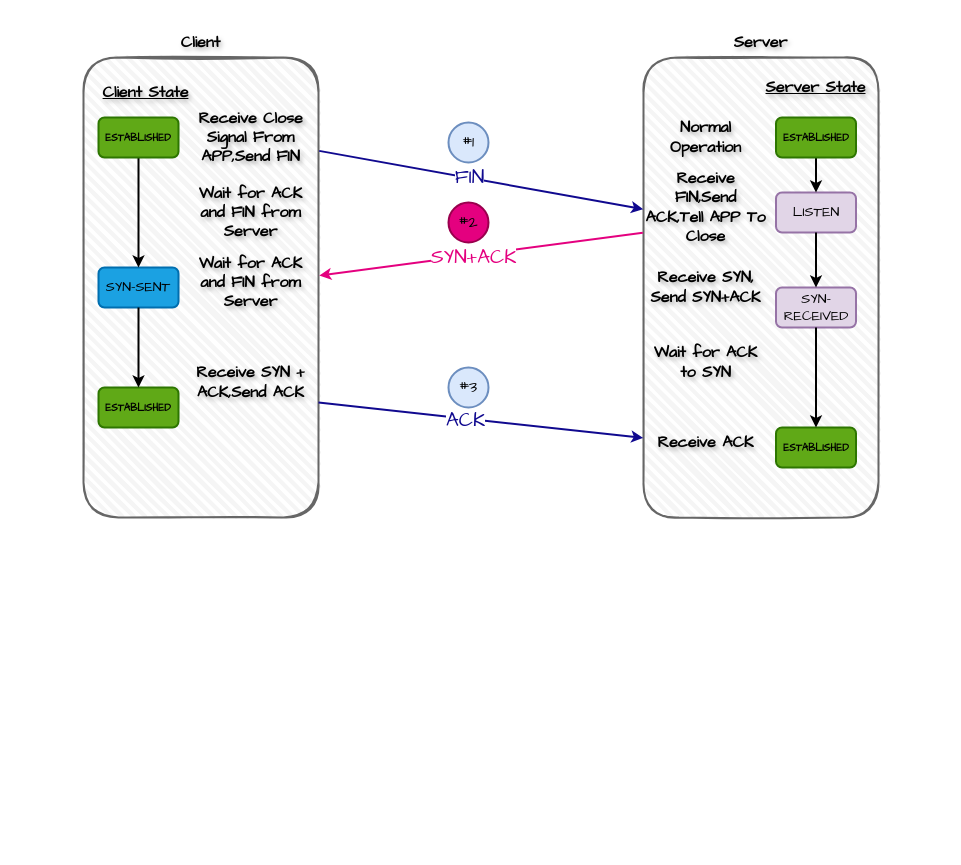
LuoSue/sscdn keeps this draw.io diagram as page "Page-5" (5 of 7) of TCP.drawio. Above is the earlier version. Source tidied: cells renumbered, new cells numbered last; positions are measured from the earlier drawing's top-left corner, leaving out a move shared by most shapes. Both pictures are drawn from the tidied source at 100%, with x=0, y=0 at pixel (83, 17).
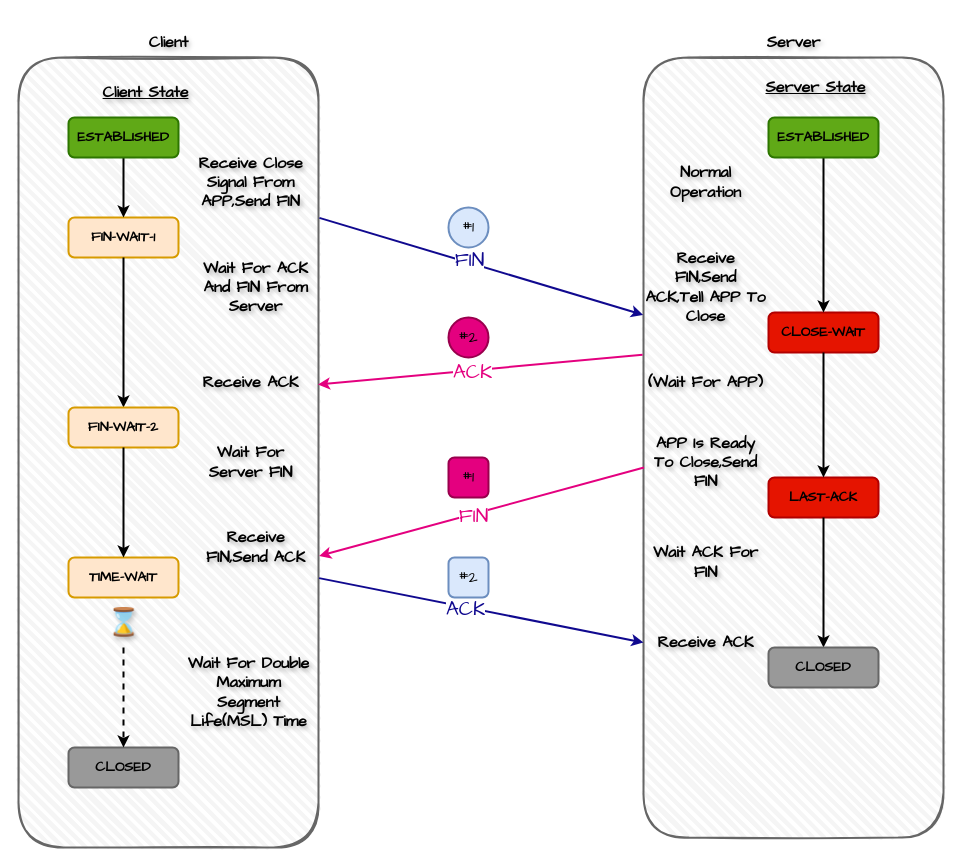
After the change.

Diff of the diagram source:
```diff
@@
     <mxCell id="2" value="&lt;font face=&quot;Comic Sans MS&quot; style=&quot;font-size: 16px;&quot;&gt;&lt;b&gt;Client&lt;/b&gt;&lt;/font&gt;" style="text;html=1;align=center;verticalAlign=middle;whiteSpace=wrap;rounded=0;fontSize=16;textShadow=1;fontFamily=HarmonyOS Sans;" parent="1" vertex="1">
-      <mxGeometry x="55" width="125" height="50" as="geometry" />
+      <mxGeometry x="22.5" width="125" height="50" as="geometry" />
     </mxCell>
     <mxCell id="3" value="&lt;font face=&quot;Comic Sans MS&quot; style=&quot;font-size: 16px;&quot;&gt;&lt;b&gt;Server&lt;/b&gt;&lt;/font&gt;" style="text;html=1;align=center;verticalAlign=middle;whiteSpace=wrap;rounded=0;fontSize=16;textShadow=1;fontFamily=HarmonyOS Sans;" parent="1" vertex="1">
-      <mxGeometry x="615" width="125" height="50" as="geometry" />
+      <mxGeometry x="647.5" width="125" height="50" as="geometry" />
     </mxCell>
     <mxCell id="4" style="rounded=1;whiteSpace=wrap;html=1;strokeWidth=2;fillWeight=4;hachureGap=8;hachureAngle=45;fillColor=#f5f5f5;sketch=1;strokeColor=#666666;fontColor=#333333;" parent="1" vertex="1">
-      <mxGeometry y="40" width="235" height="460" as="geometry" />
+      <mxGeometry x="-65" y="40" width="300" height="790" as="geometry" />
     </mxCell>
     <mxCell id="5" style="rounded=1;whiteSpace=wrap;html=1;strokeWidth=2;fillWeight=4;hachureGap=8;hachureAngle=45;fillColor=#f5f5f5;sketch=1;strokeColor=#666666;fontColor=#333333;" parent="1" vertex="1">
-      <mxGeometry x="560" y="40" width="235" height="460" as="geometry" />
+      <mxGeometry x="560" y="40" width="300" height="780" as="geometry" />
     </mxCell>
@@
-    <mxCell id="8" style="endArrow=classic;html=1;rounded=0;strokeWidth=2;exitX=-0.003;exitY=0.381;exitDx=0;exitDy=0;exitPerimeter=0;entryX=1.003;entryY=0.474;entryDx=0;entryDy=0;entryPerimeter=0;fillColor=#d80073;strokeColor=#E4007F;" parent="1" edge="1" source="5" target="4">
+    <mxCell id="8" style="endArrow=classic;html=1;rounded=0;strokeWidth=2;exitX=-0.003;exitY=0.381;exitDx=0;exitDy=0;exitPerimeter=0;entryX=0.998;entryY=0.414;entryDx=0;entryDy=0;fillColor=#d80073;strokeColor=#E4007F;entryPerimeter=0;" parent="1" edge="1" source="5" target="4">
       <mxGeometry relative="1" as="geometry" />
     </mxCell>
-    <mxCell id="9" value="&lt;font color=&quot;#e4007f&quot; face=&quot;Comic Sans MS&quot; style=&quot;font-size: 20px;&quot;&gt;SYN+ACK&lt;/font&gt;" style="edgeLabel;html=1;align=center;verticalAlign=middle;" parent="8" vertex="1">
+    <mxCell id="9" value="&lt;font color=&quot;#e4007f&quot; face=&quot;Comic Sans MS&quot; style=&quot;font-size: 20px;&quot;&gt;ACK&lt;/font&gt;" style="edgeLabel;html=1;align=center;verticalAlign=middle;" parent="8" vertex="1">
       <mxGeometry x="0.05" y="1" relative="1" as="geometry" />
     </mxCell>
-    <mxCell id="10" style="endArrow=classic;html=1;rounded=0;strokeWidth=2;exitX=1;exitY=0.75;exitDx=0;exitDy=0;entryX=-0.001;entryY=0.827;entryDx=0;entryDy=0;entryPerimeter=0;fillColor=#0050ef;strokeColor=#10098F;" parent="1" edge="1" source="4" target="5">
+    <mxCell id="10" style="endArrow=classic;html=1;rounded=0;strokeWidth=2;exitX=1.002;exitY=0.659;exitDx=0;exitDy=0;entryX=0;entryY=0.75;entryDx=0;entryDy=0;fillColor=#0050ef;strokeColor=#10098F;exitPerimeter=0;" parent="1" edge="1" source="4" target="5">
       <mxGeometry relative="1" as="geometry" />
     </mxCell>
@@
     <mxCell id="12" value="&lt;font style=&quot;font-size: 16px;&quot;&gt;&lt;b&gt;Receive Close Signal From APP,Send FIN&lt;/b&gt;&lt;/font&gt;" style="text;html=1;align=center;verticalAlign=middle;whiteSpace=wrap;rounded=0;fontSize=16;textShadow=1;fontFamily=Comic Sans MS;" parent="1" vertex="1">
-      <mxGeometry x="105" y="95" width="125" height="50" as="geometry" />
+      <mxGeometry x="105" y="140" width="125" height="50" as="geometry" />
     </mxCell>
@@
-    <mxCell id="14" value="&lt;font style=&quot;font-size: 16px;&quot;&gt;&lt;b&gt;Wait for ACK and FIN from Server&lt;/b&gt;&lt;/font&gt;" style="text;html=1;align=center;verticalAlign=middle;whiteSpace=wrap;rounded=0;fontSize=16;textShadow=1;fontFamily=Comic Sans MS;" parent="1" vertex="1">
-      <mxGeometry x="105" y="170" width="125" height="50" as="geometry" />
+    <mxCell id="14" value="&lt;font style=&quot;font-size: 16px;&quot;&gt;&lt;b&gt;Wait For ACK And FIN From Server&lt;/b&gt;&lt;/font&gt;" style="text;html=1;align=center;verticalAlign=middle;whiteSpace=wrap;rounded=0;fontSize=16;textShadow=1;fontFamily=Comic Sans MS;" parent="1" vertex="1">
+      <mxGeometry x="110" y="245" width="125" height="50" as="geometry" />
     </mxCell>
     <mxCell id="15" value="#1" style="ellipse;whiteSpace=wrap;html=1;strokeWidth=2;fillWeight=2;hachureGap=8;fillColor=#dae8fc;fillStyle=solid;strokeColor=#6c8ebf;fontFamily=Comic Sans MS;fontSize=16;" parent="1" vertex="1">
-      <mxGeometry x="365" y="105" width="40" height="40" as="geometry" />
+      <mxGeometry x="365" y="190" width="40" height="40" as="geometry" />
     </mxCell>
-    <mxCell id="16" value="&lt;font style=&quot;font-size: 14px;&quot; face=&quot;Comic Sans MS&quot; color=&quot;#000000&quot;&gt;SYN-SENT&lt;/font&gt;" style="rounded=1;whiteSpace=wrap;html=1;strokeWidth=2;fillWeight=4;hachureGap=8;hachureAngle=45;fillColor=#1ba1e2;strokeColor=#006EAF;fontColor=#ffffff;" parent="1" vertex="1">
-      <mxGeometry x="15" y="250" width="80" height="40" as="geometry" />
+    <mxCell id="16" value="&lt;font size=&quot;1&quot; style=&quot;&quot; face=&quot;Comic Sans MS&quot; color=&quot;#000000&quot;&gt;&lt;b style=&quot;font-size: 14px;&quot;&gt;FIN-WAIT-1&lt;/b&gt;&lt;/font&gt;" style="rounded=1;whiteSpace=wrap;html=1;strokeWidth=2;fillWeight=4;hachureGap=8;hachureAngle=45;fillColor=#ffe6cc;strokeColor=#d79b00;" parent="1" vertex="1">
+      <mxGeometry x="-15" y="200" width="110" height="40" as="geometry" />
     </mxCell>
@@
-    <mxCell id="18" value="&lt;font size=&quot;1&quot; style=&quot;&quot; face=&quot;Comic Sans MS&quot; color=&quot;#000000&quot;&gt;&lt;b style=&quot;font-size: 10px;&quot;&gt;ESTABLISHED&lt;/b&gt;&lt;/font&gt;" style="rounded=1;whiteSpace=wrap;html=1;strokeWidth=2;fillWeight=4;hachureGap=8;hachureAngle=45;fillColor=#60a917;strokeColor=#2D7600;fontColor=#ffffff;" parent="1" vertex="1">
-      <mxGeometry x="15" y="370" width="80" height="40" as="geometry" />
-    </mxCell>
-    <mxCell id="19" style="endArrow=classic;html=1;rounded=0;strokeWidth=2;exitX=0.5;exitY=1;exitDx=0;exitDy=0;entryX=0.5;entryY=0;entryDx=0;entryDy=0;" parent="1" edge="1" source="16" target="18">
+    <mxCell id="19" style="endArrow=classic;html=1;rounded=0;strokeWidth=2;exitX=0.5;exitY=1;exitDx=0;exitDy=0;entryX=0.5;entryY=0;entryDx=0;entryDy=0;" parent="1" edge="1" source="16" target="38">
       <mxGeometry relative="1" as="geometry" />
     </mxCell>
-    <mxCell id="20" value="&lt;font style=&quot;font-size: 16px;&quot;&gt;&lt;b&gt;Receive SYN + ACK,Send ACK&lt;/b&gt;&lt;/font&gt;" style="text;html=1;align=center;verticalAlign=middle;whiteSpace=wrap;rounded=0;fontSize=16;textShadow=1;fontFamily=Comic Sans MS;" parent="1" vertex="1">
-      <mxGeometry x="105" y="340" width="125" height="50" as="geometry" />
+    <mxCell id="20" value="&lt;font style=&quot;font-size: 16px;&quot;&gt;&lt;b&gt;Wait For Server FIN&lt;/b&gt;&lt;/font&gt;" style="text;html=1;align=center;verticalAlign=middle;whiteSpace=wrap;rounded=0;fontSize=16;textShadow=1;fontFamily=Comic Sans MS;" parent="1" vertex="1">
+      <mxGeometry x="105" y="420" width="125" height="50" as="geometry" />
     </mxCell>
     <mxCell id="21" value="#2" style="ellipse;whiteSpace=wrap;html=1;strokeWidth=2;fillWeight=2;hachureGap=8;fillColor=#E4007F;fillStyle=solid;strokeColor=#99004D;fontFamily=Comic Sans MS;fontSize=16;" parent="1" vertex="1">
-      <mxGeometry x="365" y="185" width="40" height="40" as="geometry" />
+      <mxGeometry x="365" y="300" width="40" height="40" as="geometry" />
     </mxCell>
-    <mxCell id="22" value="#3" style="ellipse;whiteSpace=wrap;html=1;strokeWidth=2;fillWeight=2;hachureGap=8;fillColor=#dae8fc;fillStyle=solid;strokeColor=#6c8ebf;fontFamily=Comic Sans MS;fontSize=16;" parent="1" vertex="1">
-      <mxGeometry x="365" y="350" width="40" height="40" as="geometry" />
-    </mxCell>
@@
-    <mxCell id="24" value="&lt;font face=&quot;Comic Sans MS&quot;&gt;&lt;span style=&quot;font-size: 14px;&quot;&gt;LISTEN&lt;/span&gt;&lt;/font&gt;" style="rounded=1;whiteSpace=wrap;html=1;strokeWidth=2;fillWeight=4;hachureGap=8;hachureAngle=45;fillColor=#e1d5e7;strokeColor=#9673a6;" parent="1" vertex="1">
-      <mxGeometry x="692.5" y="175" width="80" height="40" as="geometry" />
+    <mxCell id="24" value="&lt;font color=&quot;#000000&quot; face=&quot;Comic Sans MS&quot;&gt;&lt;span style=&quot;font-size: 14px;&quot;&gt;&lt;b&gt;CLOSE-WAIT&lt;/b&gt;&lt;/span&gt;&lt;/font&gt;" style="rounded=1;whiteSpace=wrap;html=1;strokeWidth=2;fillWeight=4;hachureGap=8;hachureAngle=45;fillColor=#e51400;strokeColor=#B20000;fontColor=#ffffff;" parent="1" vertex="1">
+      <mxGeometry x="685" y="295" width="110" height="40" as="geometry" />
     </mxCell>
-    <mxCell id="25" value="&lt;font style=&quot;font-size: 14px;&quot; face=&quot;Comic Sans MS&quot;&gt;SYN-RECEIVED&lt;/font&gt;" style="rounded=1;whiteSpace=wrap;html=1;strokeWidth=2;fillWeight=4;hachureGap=8;hachureAngle=45;fillColor=#e1d5e7;strokeColor=#9673a6;" parent="1" vertex="1">
-      <mxGeometry x="692.5" y="270" width="80" height="40" as="geometry" />
+    <mxCell id="25" value="&lt;font color=&quot;#000000&quot; style=&quot;font-size: 14px;&quot; face=&quot;Comic Sans MS&quot;&gt;&lt;b&gt;LAST-ACK&lt;/b&gt;&lt;/font&gt;" style="rounded=1;whiteSpace=wrap;html=1;strokeWidth=2;fillWeight=4;hachureGap=8;hachureAngle=45;fillColor=#e51400;strokeColor=#B20000;fontColor=#ffffff;" parent="1" vertex="1">
+      <mxGeometry x="685" y="460" width="110" height="40" as="geometry" />
     </mxCell>
-    <mxCell id="26" value="&lt;font style=&quot;font-size: 10px;&quot; face=&quot;Comic Sans MS&quot; color=&quot;#000000&quot;&gt;&lt;b&gt;ESTABLISHED&lt;/b&gt;&lt;/font&gt;" style="rounded=1;whiteSpace=wrap;html=1;strokeWidth=2;fillWeight=4;hachureGap=8;hachureAngle=45;fillColor=#60a917;strokeColor=#2D7600;fontColor=#ffffff;" parent="1" vertex="1">
-      <mxGeometry x="692.5" y="410" width="80" height="40" as="geometry" />
-    </mxCell>
     <mxCell id="27" value="&lt;font style=&quot;font-size: 16px;&quot;&gt;&lt;b&gt;Normal Operation&lt;/b&gt;&lt;/font&gt;" style="text;html=1;align=center;verticalAlign=middle;whiteSpace=wrap;rounded=0;fontSize=16;textShadow=1;fontFamily=Comic Sans MS;" parent="1" vertex="1">
-      <mxGeometry x="560" y="95" width="125" height="50" as="geometry" />
+      <mxGeometry x="560" y="140" width="125" height="50" as="geometry" />
     </mxCell>
@@
-    <mxCell id="30" style="endArrow=classic;html=1;rounded=0;strokeWidth=2;exitX=0.5;exitY=1;exitDx=0;exitDy=0;entryX=0.5;entryY=0;entryDx=0;entryDy=0;" parent="1" edge="1" source="25" target="26">
+    <mxCell id="30" style="endArrow=classic;html=1;rounded=0;strokeWidth=2;exitX=0.5;exitY=1;exitDx=0;exitDy=0;entryX=0.5;entryY=0;entryDx=0;entryDy=0;" parent="1" edge="1" source="25" target="49">
       <mxGeometry relative="1" as="geometry" />
     </mxCell>
     <mxCell id="31" value="&lt;b&gt;Receive FIN,Send ACK,Tell APP To Close&lt;/b&gt;" style="text;html=1;align=center;verticalAlign=middle;whiteSpace=wrap;rounded=0;fontSize=16;textShadow=1;fontFamily=Comic Sans MS;" parent="1" vertex="1">
-      <mxGeometry x="560" y="165" width="125" height="50" as="geometry" />
+      <mxGeometry x="560" y="245" width="125" height="50" as="geometry" />
     </mxCell>
-    <mxCell id="32" value="&lt;b&gt;Receive SYN,&lt;/b&gt;&lt;div&gt;&lt;b&gt;Send SYN+ACK&lt;/b&gt;&lt;/div&gt;" style="text;html=1;align=center;verticalAlign=middle;whiteSpace=wrap;rounded=0;fontSize=16;textShadow=1;fontFamily=Comic Sans MS;" parent="1" vertex="1">
-      <mxGeometry x="560" y="245" width="125" height="50" as="geometry" />
-    </mxCell>
-    <mxCell id="33" value="&lt;b&gt;Wait for ACK to SYN&lt;/b&gt;" style="text;html=1;align=center;verticalAlign=middle;whiteSpace=wrap;rounded=0;fontSize=16;textShadow=1;fontFamily=Comic Sans MS;" parent="1" vertex="1">
-      <mxGeometry x="560" y="320" width="125" height="50" as="geometry" />
+    <mxCell id="33" value="&lt;b&gt;(Wait For APP)&lt;/b&gt;" style="text;html=1;align=center;verticalAlign=middle;whiteSpace=wrap;rounded=0;fontSize=16;textShadow=1;fontFamily=Comic Sans MS;" parent="1" vertex="1">
+      <mxGeometry x="560" y="340" width="125" height="50" as="geometry" />
     </mxCell>
-    <mxCell id="34" value="&lt;b&gt;Receive ACK&lt;/b&gt;" style="text;html=1;align=center;verticalAlign=middle;whiteSpace=wrap;rounded=0;fontSize=16;textShadow=1;fontFamily=Comic Sans MS;" parent="1" vertex="1">
-      <mxGeometry x="560" y="400" width="125" height="50" as="geometry" />
+    <mxCell id="34" value="&lt;b&gt;APP Is Ready To Close,Send FIN&lt;/b&gt;" style="text;html=1;align=center;verticalAlign=middle;whiteSpace=wrap;rounded=0;fontSize=16;textShadow=1;fontFamily=Comic Sans MS;" parent="1" vertex="1">
+      <mxGeometry x="560" y="420" width="125" height="50" as="geometry" />
     </mxCell>
-    <mxCell id="35" value="&lt;font size=&quot;1&quot; style=&quot;&quot; face=&quot;Comic Sans MS&quot; color=&quot;#000000&quot;&gt;&lt;b style=&quot;font-size: 10px;&quot;&gt;ESTABLISHED&lt;/b&gt;&lt;/font&gt;" style="rounded=1;whiteSpace=wrap;html=1;strokeWidth=2;fillWeight=4;hachureGap=8;hachureAngle=45;fillColor=#60a917;strokeColor=#2D7600;fontColor=#ffffff;" parent="1" vertex="1">
-      <mxGeometry x="15" y="100" width="80" height="40" as="geometry" />
+    <mxCell id="35" value="&lt;font size=&quot;1&quot; style=&quot;&quot; face=&quot;Comic Sans MS&quot; color=&quot;#000000&quot;&gt;&lt;b style=&quot;font-size: 14px;&quot;&gt;ESTABLISHED&lt;/b&gt;&lt;/font&gt;" style="rounded=1;whiteSpace=wrap;html=1;strokeWidth=2;fillWeight=4;hachureGap=8;hachureAngle=45;fillColor=#60a917;strokeColor=#2D7600;fontColor=#ffffff;" parent="1" vertex="1">
+      <mxGeometry x="-15" y="100" width="110" height="40" as="geometry" />
     </mxCell>
-    <mxCell id="36" value="&lt;font style=&quot;font-size: 10px;&quot; face=&quot;Comic Sans MS&quot; color=&quot;#000000&quot;&gt;&lt;b&gt;ESTABLISHED&lt;/b&gt;&lt;/font&gt;" style="rounded=1;whiteSpace=wrap;html=1;strokeWidth=2;fillWeight=4;hachureGap=8;hachureAngle=45;fillColor=#60a917;strokeColor=#2D7600;fontColor=#ffffff;" parent="1" vertex="1">
-      <mxGeometry x="692.5" y="100" width="80" height="40" as="geometry" />
+    <mxCell id="36" value="&lt;font size=&quot;1&quot; style=&quot;&quot; face=&quot;Comic Sans MS&quot; color=&quot;#000000&quot;&gt;&lt;b style=&quot;font-size: 14px;&quot;&gt;ESTABLISHED&lt;/b&gt;&lt;/font&gt;" style="rounded=1;whiteSpace=wrap;html=1;strokeWidth=2;fillWeight=4;hachureGap=8;hachureAngle=45;fillColor=#60a917;strokeColor=#2D7600;fontColor=#ffffff;" parent="1" vertex="1">
+      <mxGeometry x="685" y="100" width="110" height="40" as="geometry" />
     </mxCell>
-    <mxCell id="37" value="&lt;font style=&quot;font-size: 16px;&quot;&gt;&lt;b&gt;Wait for ACK and FIN from Server&lt;/b&gt;&lt;/font&gt;" style="text;html=1;align=center;verticalAlign=middle;whiteSpace=wrap;rounded=0;fontSize=16;textShadow=1;fontFamily=Comic Sans MS;" parent="1" vertex="1">
-      <mxGeometry x="105" y="240" width="125" height="50" as="geometry" />
+    <mxCell id="37" value="&lt;font style=&quot;font-size: 16px;&quot;&gt;&lt;b&gt;Receive ACK&lt;/b&gt;&lt;/font&gt;" style="text;html=1;align=center;verticalAlign=middle;whiteSpace=wrap;rounded=0;fontSize=16;textShadow=1;fontFamily=Comic Sans MS;" parent="1" vertex="1">
+      <mxGeometry x="105" y="340" width="125" height="50" as="geometry" />
     </mxCell>
+    <mxCell id="38" value="&lt;font size=&quot;1&quot; style=&quot;&quot; face=&quot;Comic Sans MS&quot; color=&quot;#000000&quot;&gt;&lt;b style=&quot;font-size: 14px;&quot;&gt;FIN-WAIT-2&lt;/b&gt;&lt;/font&gt;" style="rounded=1;whiteSpace=wrap;html=1;strokeWidth=2;fillWeight=4;hachureGap=8;hachureAngle=45;fillColor=#ffe6cc;strokeColor=#d79b00;" parent="1" vertex="1">
+      <mxGeometry x="-15" y="390" width="110" height="40" as="geometry" />
+    </mxCell>
+    <mxCell id="39" style="endArrow=classic;html=1;rounded=0;strokeWidth=2;exitX=-0.003;exitY=0.381;exitDx=0;exitDy=0;exitPerimeter=0;entryX=1.002;entryY=0.631;entryDx=0;entryDy=0;fillColor=#d80073;strokeColor=#E4007F;entryPerimeter=0;" parent="1" edge="1" target="4">
+      <mxGeometry relative="1" as="geometry">
+        <mxPoint x="560.5" y="450" as="sourcePoint" />
+      </mxGeometry>
+    </mxCell>
+    <mxCell id="40" value="&lt;font color=&quot;#e4007f&quot; face=&quot;Comic Sans MS&quot; style=&quot;font-size: 20px;&quot;&gt;FIN&lt;/font&gt;" style="edgeLabel;html=1;align=center;verticalAlign=middle;" parent="39" vertex="1">
+      <mxGeometry x="0.05" y="1" relative="1" as="geometry" />
+    </mxCell>
+    <mxCell id="41" value="&lt;font size=&quot;1&quot; style=&quot;&quot; face=&quot;Comic Sans MS&quot; color=&quot;#000000&quot;&gt;&lt;b style=&quot;font-size: 14px;&quot;&gt;TIME-WAIT&lt;/b&gt;&lt;/font&gt;" style="rounded=1;whiteSpace=wrap;html=1;strokeWidth=2;fillWeight=4;hachureGap=8;hachureAngle=45;fillColor=#ffe6cc;strokeColor=#d79b00;" parent="1" vertex="1">
+      <mxGeometry x="-15" y="540" width="110" height="40" as="geometry" />
+    </mxCell>
+    <mxCell id="42" style="endArrow=classic;html=1;rounded=0;strokeWidth=2;exitX=0.5;exitY=1;exitDx=0;exitDy=0;entryX=0.5;entryY=0;entryDx=0;entryDy=0;" parent="1" edge="1" source="38" target="41">
+      <mxGeometry relative="1" as="geometry" />
+    </mxCell>
+    <mxCell id="43" value="&lt;font style=&quot;font-size: 16px;&quot;&gt;&lt;b&gt;Receive FIN,Send ACK&lt;/b&gt;&lt;/font&gt;" style="text;html=1;align=center;verticalAlign=middle;whiteSpace=wrap;rounded=0;fontSize=16;textShadow=1;fontFamily=Comic Sans MS;" parent="1" vertex="1">
+      <mxGeometry x="110" y="505" width="125" height="50" as="geometry" />
+    </mxCell>
+    <mxCell id="44" value="&lt;font style=&quot;font-size: 16px;&quot;&gt;&lt;b&gt;Wait ACK For FIN&lt;/b&gt;&lt;/font&gt;" style="text;html=1;align=center;verticalAlign=middle;whiteSpace=wrap;rounded=0;fontSize=16;textShadow=1;fontFamily=Comic Sans MS;" parent="1" vertex="1">
+      <mxGeometry x="560" y="520" width="125" height="50" as="geometry" />
+    </mxCell>
+    <mxCell id="45" value="&lt;font style=&quot;font-size: 16px;&quot;&gt;&lt;b&gt;Receive ACK&lt;/b&gt;&lt;/font&gt;" style="text;html=1;align=center;verticalAlign=middle;whiteSpace=wrap;rounded=0;fontSize=16;textShadow=1;fontFamily=Comic Sans MS;" parent="1" vertex="1">
+      <mxGeometry x="560" y="600" width="125" height="50" as="geometry" />
+    </mxCell>
+    <mxCell id="46" value="&lt;font style=&quot;font-size: 16px;&quot; face=&quot;Comic Sans MS&quot;&gt;#1&lt;/font&gt;" style="rounded=1;whiteSpace=wrap;html=1;strokeWidth=2;fillWeight=4;hachureGap=8;hachureAngle=45;fillColor=#E4007F;strokeColor=#99004D;" parent="1" vertex="1">
+      <mxGeometry x="365" y="440" width="40" height="40" as="geometry" />
+    </mxCell>
+    <mxCell id="47" value="&lt;font style=&quot;font-size: 16px;&quot; face=&quot;Comic Sans MS&quot;&gt;#2&lt;/font&gt;" style="rounded=1;whiteSpace=wrap;html=1;strokeWidth=2;fillWeight=4;hachureGap=8;hachureAngle=45;fillColor=#dae8fc;strokeColor=#6c8ebf;" parent="1" vertex="1">
+      <mxGeometry x="365" y="540" width="40" height="40" as="geometry" />
+    </mxCell>
+    <mxCell id="48" value="&lt;font size=&quot;1&quot; style=&quot;&quot; face=&quot;Comic Sans MS&quot; color=&quot;#000000&quot;&gt;&lt;b style=&quot;font-size: 14px;&quot;&gt;CLOSED&lt;/b&gt;&lt;/font&gt;" style="rounded=1;whiteSpace=wrap;html=1;strokeWidth=2;fillWeight=4;hachureGap=8;hachureAngle=45;fillColor=#999999;strokeColor=#666666;fontColor=#333333;" parent="1" vertex="1">
+      <mxGeometry x="-15" y="730" width="110" height="40" as="geometry" />
+    </mxCell>
+    <mxCell id="49" value="&lt;font size=&quot;1&quot; style=&quot;&quot; face=&quot;Comic Sans MS&quot; color=&quot;#000000&quot;&gt;&lt;b style=&quot;font-size: 14px;&quot;&gt;CLOSED&lt;/b&gt;&lt;/font&gt;" style="rounded=1;whiteSpace=wrap;html=1;strokeWidth=2;fillWeight=4;hachureGap=8;hachureAngle=45;fillColor=#999999;strokeColor=#666666;fontColor=#333333;" parent="1" vertex="1">
+      <mxGeometry x="685" y="630" width="110" height="40" as="geometry" />
+    </mxCell>
+    <mxCell id="50" value="&lt;font style=&quot;font-size: 16px;&quot;&gt;&lt;b&gt;Wait For Double Maximum Segment Life(MSL) Time&lt;/b&gt;&lt;/font&gt;" style="text;html=1;align=center;verticalAlign=middle;whiteSpace=wrap;rounded=0;fontSize=16;textShadow=1;fontFamily=Comic Sans MS;" parent="1" vertex="1">
+      <mxGeometry x="102.5" y="650" width="125" height="50" as="geometry" />
+    </mxCell>
+    <mxCell id="51" value="&lt;b&gt;&lt;font style=&quot;font-size: 27px;&quot;&gt;⌛&lt;/font&gt;&lt;/b&gt;" style="text;html=1;align=center;verticalAlign=middle;whiteSpace=wrap;rounded=0;fontSize=16;textShadow=1;fontFamily=HarmonyOS Sans;" parent="1" vertex="1">
+      <mxGeometry x="-22.5" y="580" width="125" height="50" as="geometry" />
+    </mxCell>
+    <mxCell id="52" style="endArrow=classic;html=1;rounded=0;strokeWidth=2;exitX=0.5;exitY=1;exitDx=0;exitDy=0;entryX=0.5;entryY=0;entryDx=0;entryDy=0;dashed=1;" parent="1" edge="1" source="51" target="48">
+      <mxGeometry relative="1" as="geometry" />
+    </mxCell>
```
